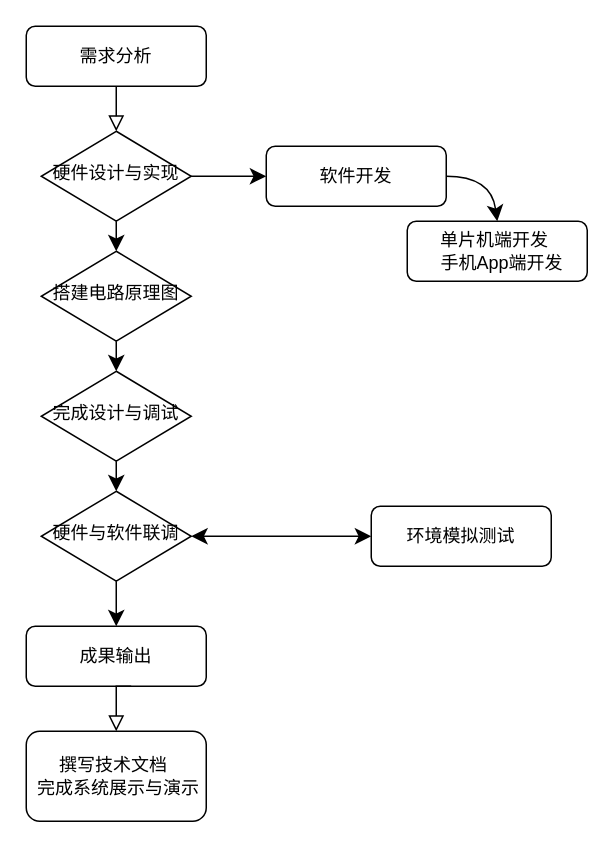
huatou123/ChatGPT-Next-Web keeps this draw.io diagram as 未命名绘图.drawio. Above is the earlier version. Source tidied: cells renumbered, new cells numbered last; positions are measured from the earlier drawing's top-left corner, leaving out a move shared by most shapes. Both pictures are drawn from the tidied source at 150%, with x=0, y=0 at pixel (26, 26).
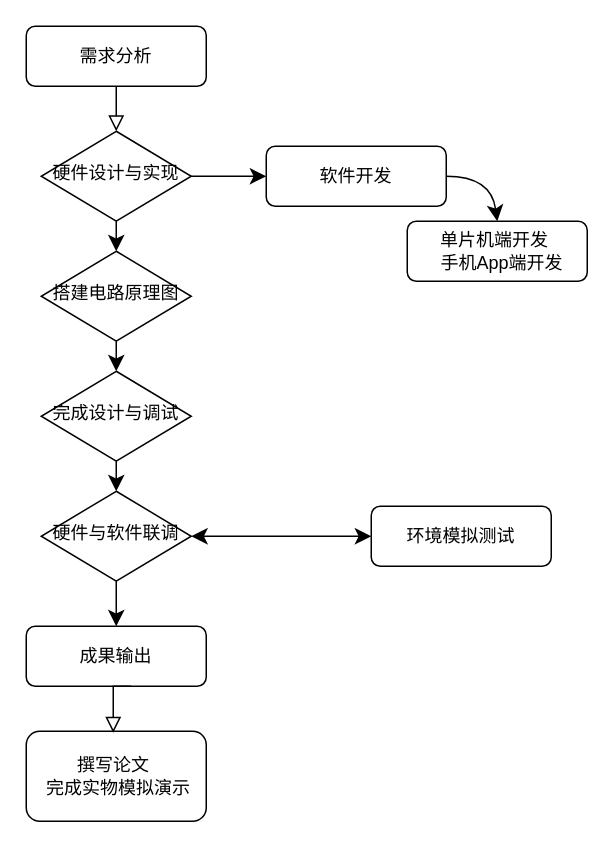
The same page after the edit.

Commit message:
更新未命名绘图.drawio

The change refers to these unchanged cells:
```xml
<mxCell id="9" value="成果输出" style="rounded=1;whiteSpace=wrap;html=1;fontSize=12;glass=0;strokeWidth=1;shadow=0;" parent="1" vertex="1">
  <mxGeometry y="400" width="120" height="40" as="geometry" />
</mxCell>
```

What changed in the source:
```diff
@@
-    <mxCell id="15" value="&lt;span class=&quot;hljs-string&quot;&gt;撰写技术文档&lt;/span&gt;&amp;nbsp;&lt;div&gt;&amp;nbsp;&lt;span class=&quot;hljs-string&quot;&gt;完成系统展示与演示&lt;/span&gt;&lt;/div&gt;" style="whiteSpace=wrap;html=1;rounded=1;glass=0;strokeWidth=1;shadow=0;" parent="1" vertex="1">
+    <mxCell id="15" value="&lt;span class=&quot;hljs-string&quot;&gt;撰写论文&lt;/span&gt;&amp;nbsp;&lt;div&gt;&amp;nbsp;&lt;span class=&quot;hljs-string&quot;&gt;完成实物模拟演示&lt;/span&gt;&lt;/div&gt;" style="whiteSpace=wrap;html=1;rounded=1;glass=0;strokeWidth=1;shadow=0;" parent="1" vertex="1">
       <mxGeometry y="470" width="120" height="60" as="geometry" />
     </mxCell>
@@
-    <mxCell id="20" style="rounded=0;html=1;jettySize=auto;fontSize=11;endArrow=block;endFill=0;endSize=8;strokeWidth=1;shadow=0;labelBackgroundColor=none;edgeStyle=orthogonalEdgeStyle;exitX=0.583;exitY=1;exitDx=0;exitDy=0;exitPerimeter=0;entryX=0.5;entryY=0;entryDx=0;entryDy=0;" parent="1" edge="1" source="9" target="15">
-      <mxGeometry relative="1" as="geometry" />
+    <mxCell id="20" style="rounded=0;html=1;jettySize=auto;fontSize=11;endArrow=block;endFill=0;endSize=8;strokeWidth=1;shadow=0;labelBackgroundColor=none;edgeStyle=orthogonalEdgeStyle;exitX=0.583;exitY=1;exitDx=0;exitDy=0;exitPerimeter=0;" parent="1" edge="1" source="9">
+      <mxGeometry relative="1" as="geometry">
+        <mxPoint x="58" y="471" as="targetPoint" />
+      </mxGeometry>
     </mxCell>
```
